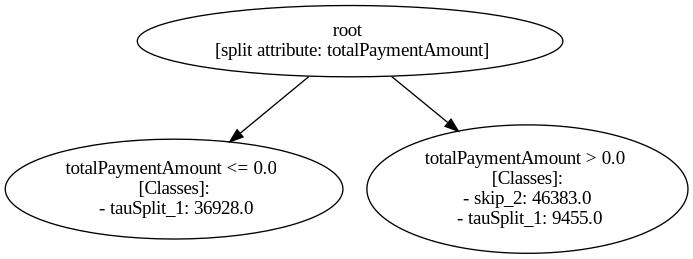
The Graphviz diagram figures/Road_Traffic_Fine_Management_Process-p_2-5.gv.png in piepor/multiple-paths-decision-mining, before a commit. Its source is kept beside it as figures/Road_Traffic_Fine_Management_Process-p_2-5.gv.
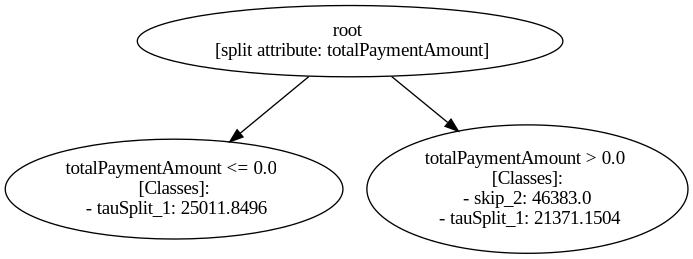
After the commit.

Diff of the diagram source:
```diff
@@ -1,13 +1,13 @@
 digraph "Road_Traffic_Fine_Management_Process-p_2-5" {
-	"8999d52a-cb8c-4137-9cd7-ebe1d40adcd6" [label="root
+	"17ce088a-28bd-45a0-8e28-41c6d0c9d7b7" [label="root
  [split attribute: totalPaymentAmount]"]
-	"3e9da5d5-1d84-491b-af0b-25096a7749bd" [label="totalPaymentAmount <= 0.0
+	"83a26130-7b23-4bba-b303-ba63a9acff81" [label="totalPaymentAmount <= 0.0
  [Classes]:
- - tauSplit_1: 36928.0"]
-	"8999d52a-cb8c-4137-9cd7-ebe1d40adcd6" -> "3e9da5d5-1d84-491b-af0b-25096a7749bd"
-	"ff092de3-7076-4a33-8b6c-d2ca75fc377a" [label="totalPaymentAmount > 0.0
+ - tauSplit_1: 25011.8496"]
+	"17ce088a-28bd-45a0-8e28-41c6d0c9d7b7" -> "83a26130-7b23-4bba-b303-ba63a9acff81"
+	"146c5f11-b8a7-45b6-a1e6-093804653726" [label="totalPaymentAmount > 0.0
  [Classes]:
  - skip_2: 46383.0
- - tauSplit_1: 9455.0"]
-	"8999d52a-cb8c-4137-9cd7-ebe1d40adcd6" -> "ff092de3-7076-4a33-8b6c-d2ca75fc377a"
+ - tauSplit_1: 21371.1504"]
+	"17ce088a-28bd-45a0-8e28-41c6d0c9d7b7" -> "146c5f11-b8a7-45b6-a1e6-093804653726"
 }
```
